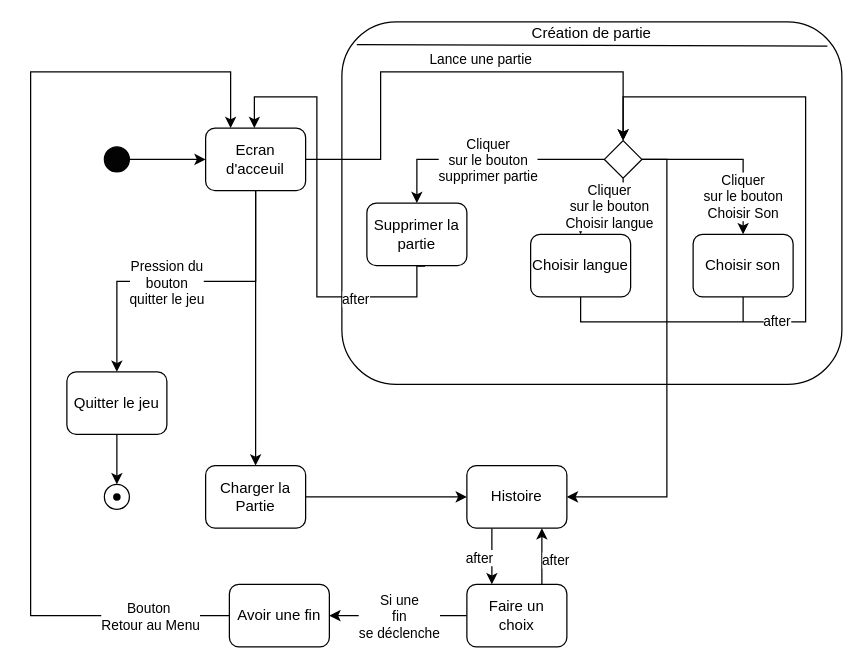
ludovicestival/projet-uml keeps this draw.io diagram as Diagramme d'état-transition/etat.drawio. Above is the earlier version. Source tidied: cells renumbered, new cells numbered last; positions are measured from the earlier drawing's top-left corner, leaving out a move shared by most shapes. Both pictures are drawn from the tidied source at 125%, with x=0, y=0 at pixel (30, 21).
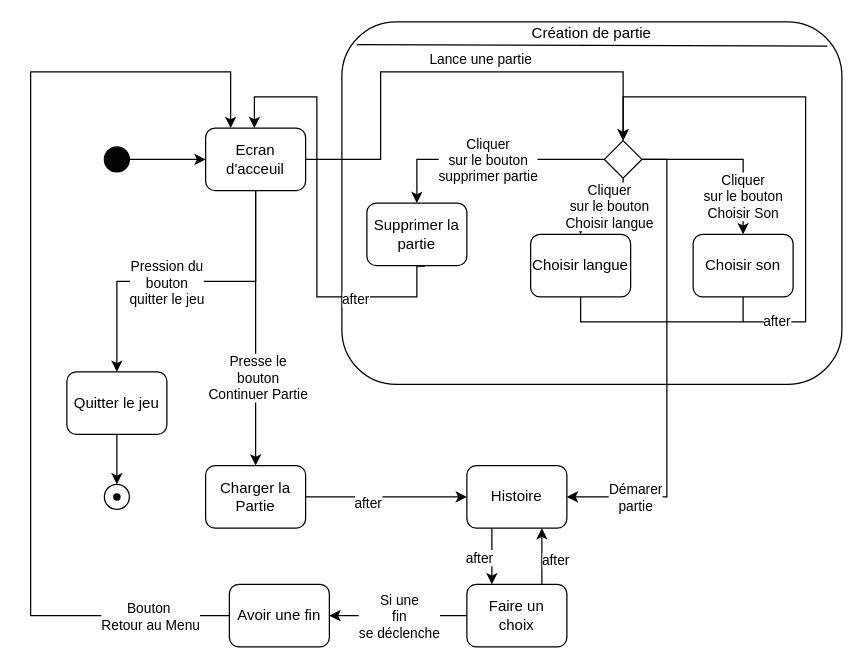
The same page after the edit.

Commit message (it also covers changes not shown here):
Update Etat-Transition

Il manqué des transitions qui ont été rajoutés.

The change refers to these unchanged cells:
```xml
<mxCell id="5" style="edgeStyle=orthogonalEdgeStyle;rounded=0;jettySize=auto;html=1;exitX=0.5;exitY=1;exitDx=0;exitDy=0;" parent="1" edge="1" source="8" target="34">
  <mxGeometry relative="1" as="geometry" />
</mxCell>
<mxCell id="19" style="edgeStyle=orthogonalEdgeStyle;rounded=0;jettySize=auto;html=1;exitX=1;exitY=0.5;exitDx=0;exitDy=0;" parent="1" edge="1" source="20">
  <mxGeometry relative="1" as="geometry">
    <mxPoint x="429" y="380" as="targetPoint" />
    <Array as="points">
      <mxPoint x="509" y="110" />
      <mxPoint x="509" y="380" />
    </Array>
  </mxGeometry>
</mxCell>
<mxCell id="33" style="edgeStyle=orthogonalEdgeStyle;rounded=0;jettySize=auto;html=1;exitX=1;exitY=0.5;exitDx=0;exitDy=0;entryX=0;entryY=0.5;entryDx=0;entryDy=0;" parent="1" edge="1" source="34" target="37">
  <mxGeometry relative="1" as="geometry" />
</mxCell>
```

Diff of the diagram source:
```diff
@@
+    <mxCell id="46" value="Presse le&lt;br&gt;bouton&lt;br&gt;Continuer Partie" style="edgeLabel;html=1;align=center;verticalAlign=middle;" parent="5" vertex="1">
+      <mxGeometry x="0.35" y="1" relative="1" as="geometry" />
+    </mxCell>
@@
+    <mxCell id="47" value="Démarer&lt;br&gt;partie" style="edgeLabel;html=1;align=center;verticalAlign=middle;" parent="19" vertex="1">
+      <mxGeometry x="0.71" relative="1" as="geometry" />
+    </mxCell>
@@
+    <mxCell id="48" value="after" style="edgeLabel;html=1;align=center;verticalAlign=middle;" parent="33" vertex="1">
+      <mxGeometry x="-0.24" y="-4" relative="1" as="geometry" />
+    </mxCell>
```
